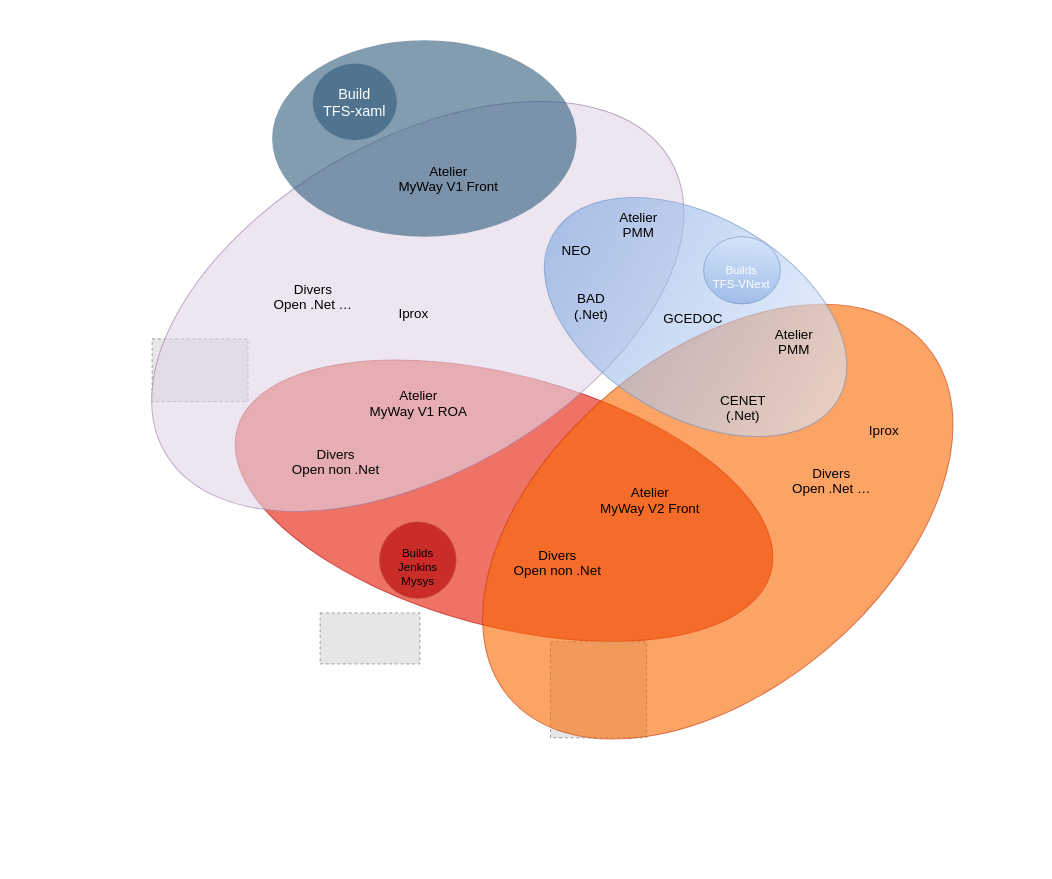
jmrablat/diagrams keeps this draw.io diagram as cart_tfs_venn.drawio. Above is the earlier version. Source tidied: cells renumbered, new cells numbered last; positions are measured from the earlier drawing's top-left corner, leaving out a move shared by most shapes. Both pictures are drawn from the tidied source at 96%, with x=0, y=0 at pixel (126, 39). Pictures stored in the file or linked from it are replaced by grey dashed boxes.
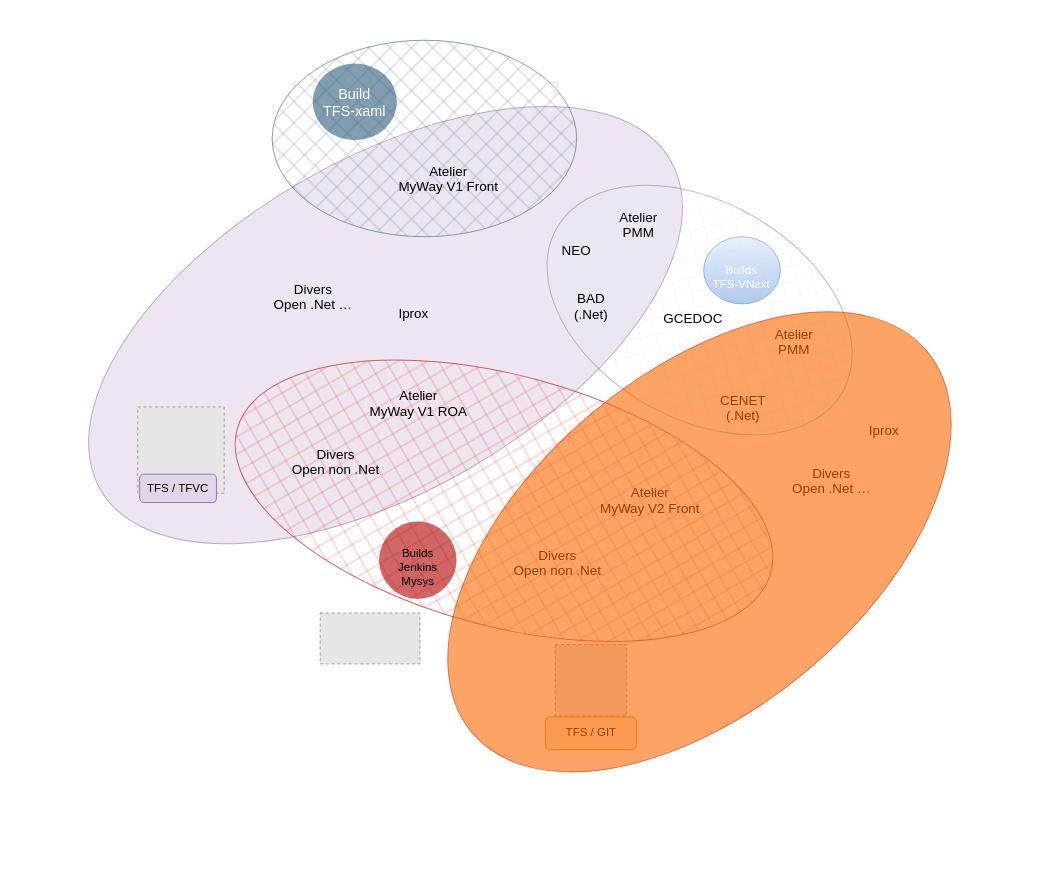
The same page after the edit.

Commit message:
changement motifs logos

Diff of the diagram source:
```diff
@@
+    <mxCell id="7" style="ellipse;whiteSpace=wrap;rotation=-30;fillColor=#e1d5e7;opacity=60;strokeColor=#9673a6;html=1;" parent="1" vertex="1">
+      <mxGeometry x="-72.8" y="124" width="685.8" height="346.2" as="geometry" />
+    </mxCell>
-    <mxCell id="2" style="ellipse;whiteSpace=wrap;fillColor=#e51400;opacity=60;strokeColor=#B20000;rotation=15;html=1;fontColor=#ffffff;" parent="1" vertex="1">
+    <mxCell id="2" style="ellipse;whiteSpace=wrap;fillColor=#e51400;opacity=60;strokeColor=#B20000;rotation=15;html=1;fontColor=#ffffff;gradientColor=none;gradientDirection=radial;fillStyle=cross-hatch;" parent="1" vertex="1">
       <mxGeometry x="105.7" y="349.4" width="575.6" height="261.5" as="geometry" />
     </mxCell>
     <mxCell id="3" style="fillColor=#E6E6E6;strokeColor=#999999;dashed=1;verticalLabelPosition=bottom;labelBackgroundColor=#ffffff;verticalAlign=top;" parent="1" vertex="1">
-      <mxGeometry x="442" y="627" width="100" height="100" as="geometry" />
+      <mxGeometry x="447" y="629.9" width="74.3" height="74.3" as="geometry" />
     </mxCell>
-    <mxCell id="4" style="ellipse;whiteSpace=wrap;rotation=-40;fillColor=#fa6800;opacity=60;strokeColor=#C73500;html=1;fontColor=#000000;" parent="1" vertex="1">
-      <mxGeometry x="332" y="327" width="568.4" height="349.7" as="geometry" />
-    </mxCell>
@@
-    <mxCell id="6" style="fillColor=#E6E6E6;strokeColor=#999999;dashed=1;verticalLabelPosition=bottom;labelBackgroundColor=#ffffff;verticalAlign=top;" parent="1" vertex="1">
-      <mxGeometry x="27" y="311.5" width="99.8" height="65.3" as="geometry" />
-    </mxCell>
-    <mxCell id="7" style="ellipse;whiteSpace=wrap;rotation=-30;fillColor=#e1d5e7;opacity=60;strokeColor=#9673a6;html=1;" parent="1" vertex="1">
-      <mxGeometry x="-0.4" y="104.6" width="608.2" height="346.2" as="geometry" />
-    </mxCell>
-    <mxCell id="8" style="ellipse;whiteSpace=wrap;rotation=120;fillColor=#dae8fc;opacity=60;strokeColor=#6c8ebf;html=1;gradientColor=#7ea6e0;" parent="1" vertex="1">
-      <mxGeometry x="488.7" y="117.1" width="208.7" height="343.2" as="geometry" />
+    <mxCell id="8" style="ellipse;whiteSpace=wrap;rotation=120;fillColor=#dae8fc;opacity=60;strokeColor=#6c8ebf;html=1;gradientColor=none;fillStyle=cross-hatch;" parent="1" vertex="1">
+      <mxGeometry x="484.5" y="109.9" width="225.5" height="343.2" as="geometry" />
     </mxCell>
-    <mxCell id="9" style="ellipse;whiteSpace=wrap;fillColor=#2F5B7C;opacity=60;strokeColor=none;html=1;" parent="1" vertex="1">
+    <mxCell id="9" style="ellipse;whiteSpace=wrap;fillColor=#2F5B7C;opacity=60;strokeColor=#2F5B7C;html=1;fillStyle=cross-hatch;" parent="1" vertex="1">
       <mxGeometry x="152" y="0.4" width="317.2" height="204.7" as="geometry" />
     </mxCell>
@@
+    <mxCell id="28" style="fillColor=#E6E6E6;strokeColor=#999999;dashed=1;verticalLabelPosition=bottom;labelBackgroundColor=default;verticalAlign=top;" parent="1" vertex="1">
+      <mxGeometry x="12" y="382.4" width="90" height="90" as="geometry" />
+    </mxCell>
+    <mxCell id="29" value="TFS / TFVC" style="rounded=1;whiteSpace=wrap;html=1;fillColor=#e1d5e7;strokeColor=#9673a6;" parent="1" vertex="1">
+      <mxGeometry x="14" y="452.4" width="80" height="29.6" as="geometry" />
+    </mxCell>
+    <mxCell id="30" value="TFS / GIT" style="rounded=1;whiteSpace=wrap;html=1;fillColor=#ffe6cc;strokeColor=#d79b00;" parent="1" vertex="1">
+      <mxGeometry x="436.6" y="705.2" width="95" height="34.3" as="geometry" />
+    </mxCell>
+    <mxCell id="4" style="ellipse;whiteSpace=wrap;rotation=-40;fillColor=#fa6800;opacity=60;strokeColor=#C73500;html=1;fontColor=#000000;" parent="1" vertex="1">
+      <mxGeometry x="287.9" y="348.1" width="618.4" height="349.7" as="geometry" />
+    </mxCell>
```
